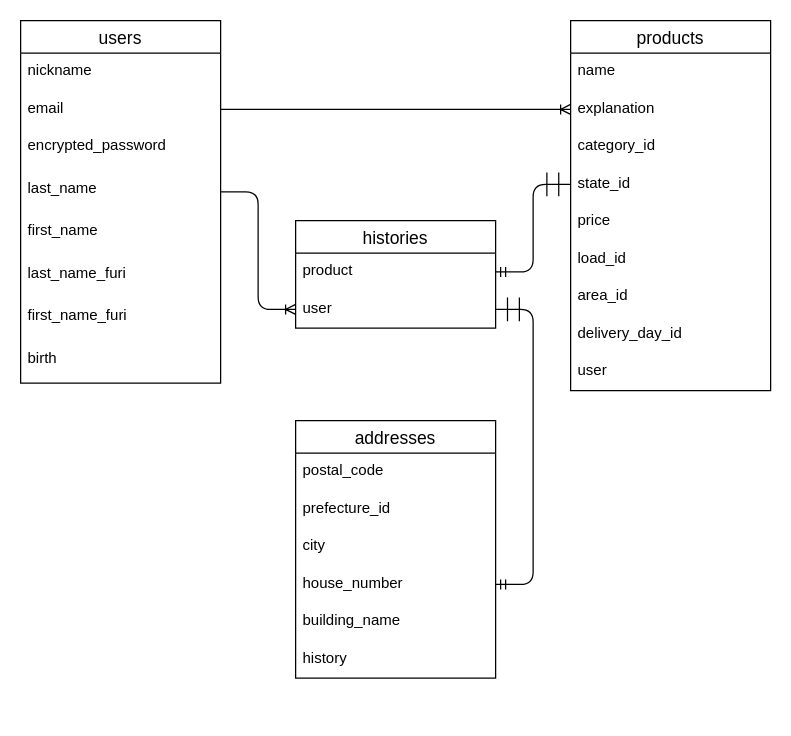
umeduck/furima-38138 keeps this draw.io diagram as er.dio. Above is the earlier version. Source tidied: cells renumbered, new cells numbered last; positions are measured from the earlier drawing's top-left corner, leaving out a move shared by most shapes. Both pictures are drawn from the tidied source at 125%, with x=0, y=0 at pixel (20, 20).
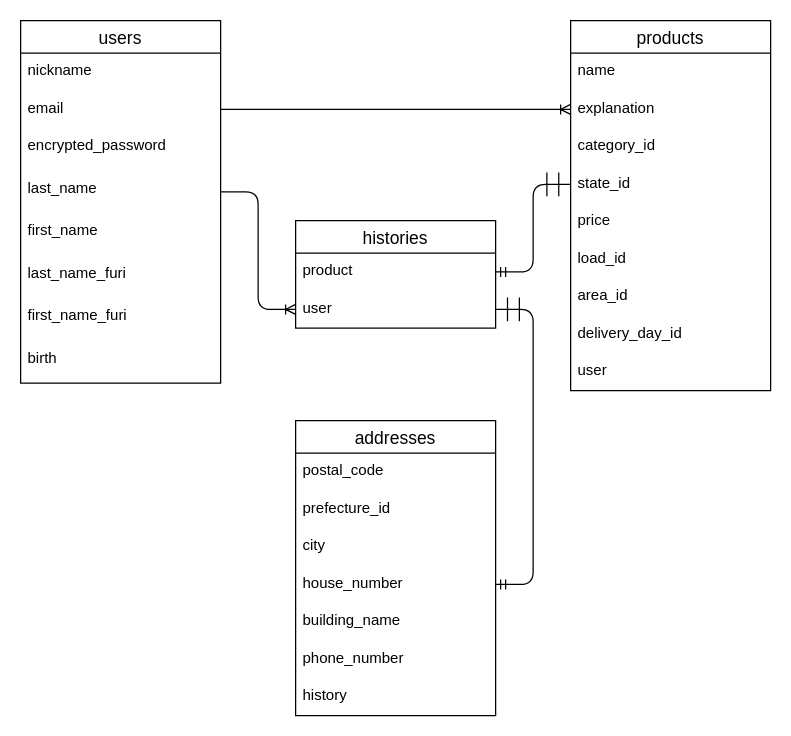
After the change.

Commit message (it also covers changes not shown here):
ER図とREADMEの修正2

Change to the diagram source:
```diff
@@
     <mxCell id="22" value="addresses" style="swimlane;fontStyle=0;horizontal=1;startSize=26;align=center;fontSize=14;" parent="1" vertex="1">
-      <mxGeometry x="220" y="320" width="160" height="206" as="geometry" />
+      <mxGeometry x="220" y="320" width="160" height="236" as="geometry" />
     </mxCell>
@@
+    <mxCell id="35" value="phone_number" style="text;strokeColor=none;fillColor=none;spacingLeft=4;spacingRight=4;overflow=hidden;fontSize=12;" parent="22" vertex="1">
+      <mxGeometry y="176" width="160" height="30" as="geometry" />
+    </mxCell>
     <mxCell id="28" value="history" style="text;strokeColor=none;fillColor=none;spacingLeft=4;spacingRight=4;overflow=hidden;fontSize=12;" parent="22" vertex="1">
-      <mxGeometry y="176" width="160" height="30" as="geometry" />
+      <mxGeometry y="206" width="160" height="30" as="geometry" />
     </mxCell>
```
